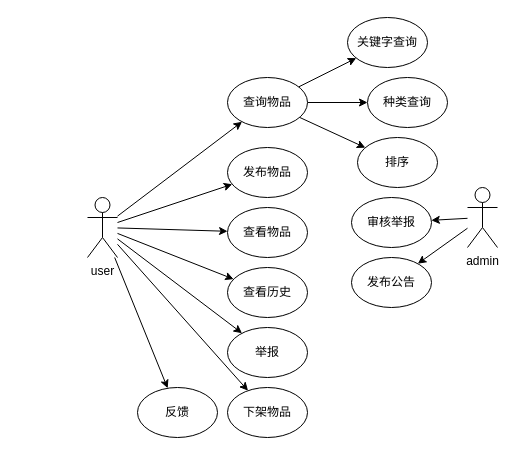
The draw.io diagram secondHand/use case.drawio in xy-hong/drawDiagram, before the edit. Source tidied: cells renumbered, new cells numbered last; positions are measured from the earlier drawing's top-left corner, leaving out a move shared by most shapes. Both pictures are drawn from the tidied source at 100%, with x=0, y=0 at pixel (87, 17).
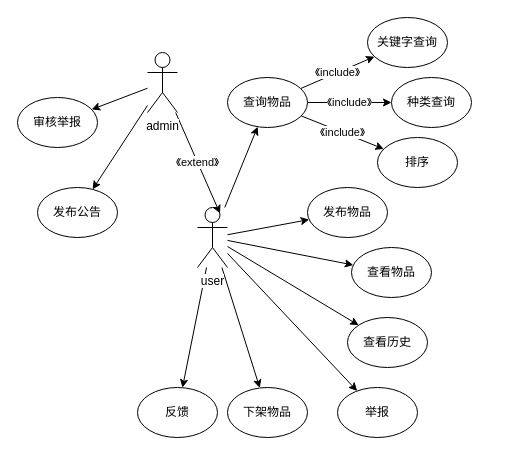
Above is the later version.

The change refers to these unchanged cells:
```xml
<mxCell id="13" value="查询物品" style="ellipse;whiteSpace=wrap;html=1;" parent="1" vertex="1">
  <mxGeometry x="140" y="60" width="80" height="50" as="geometry" />
</mxCell>
```

Change to the diagram source:
```diff
@@
     <mxCell id="9" value="user&lt;br&gt;" style="shape=umlActor;verticalLabelPosition=bottom;labelBackgroundColor=#ffffff;verticalAlign=top;html=1;outlineConnect=0;" parent="1" vertex="1">
-      <mxGeometry y="180" width="30" height="60" as="geometry" />
+      <mxGeometry x="110" y="190" width="30" height="60" as="geometry" />
     </mxCell>
-    <mxCell id="10" style="edgeStyle=none;rounded=0;jettySize=auto;html=1;" parent="1" edge="1" source="13" target="28">
+    <mxCell id="10" value="《include》" style="edgeStyle=none;rounded=0;jettySize=auto;html=1;" parent="1" edge="1" source="13" target="28">
       <mxGeometry relative="1" as="geometry" />
     </mxCell>
-    <mxCell id="11" style="edgeStyle=none;rounded=0;jettySize=auto;html=1;" parent="1" edge="1" source="13" target="27">
+    <mxCell id="11" value="《include》" style="edgeStyle=none;rounded=0;jettySize=auto;html=1;" parent="1" edge="1" source="13" target="27">
       <mxGeometry relative="1" as="geometry" />
     </mxCell>
-    <mxCell id="12" style="edgeStyle=none;rounded=0;jettySize=auto;html=1;" parent="1" edge="1" source="13" target="26">
+    <mxCell id="12" value="《include》" style="edgeStyle=none;rounded=0;jettySize=auto;html=1;" parent="1" edge="1" source="13" target="26">
       <mxGeometry relative="1" as="geometry" />
     </mxCell>
@@
     <mxCell id="14" value="发布物品" style="ellipse;whiteSpace=wrap;html=1;" parent="1" vertex="1">
-      <mxGeometry x="140" y="130" width="80" height="50" as="geometry" />
+      <mxGeometry x="220" y="170" width="80" height="50" as="geometry" />
     </mxCell>
     <mxCell id="15" value="查看物品" style="ellipse;whiteSpace=wrap;html=1;" parent="1" vertex="1">
-      <mxGeometry x="140" y="190" width="80" height="50" as="geometry" />
+      <mxGeometry x="264" y="230" width="80" height="50" as="geometry" />
     </mxCell>
@@
     <mxCell id="17" value="查看历史" style="ellipse;whiteSpace=wrap;html=1;" parent="1" vertex="1">
-      <mxGeometry x="140" y="250" width="80" height="50" as="geometry" />
+      <mxGeometry x="260" y="300" width="80" height="50" as="geometry" />
     </mxCell>
@@
     <mxCell id="19" value="举报" style="ellipse;whiteSpace=wrap;html=1;" parent="1" vertex="1">
-      <mxGeometry x="140" y="310" width="80" height="50" as="geometry" />
+      <mxGeometry x="250" y="370" width="80" height="50" as="geometry" />
     </mxCell>
@@
+    <mxCell id="29" value="《extend》" style="edgeStyle=none;rounded=0;jettySize=auto;html=1;entryX=0.75;entryY=0.1;entryDx=0;entryDy=0;entryPerimeter=0;" parent="1" edge="1" source="23" target="9">
+      <mxGeometry relative="1" as="geometry" />
+    </mxCell>
     <mxCell id="23" value="admin" style="shape=umlActor;verticalLabelPosition=bottom;labelBackgroundColor=#ffffff;verticalAlign=top;html=1;outlineConnect=0;" parent="1" vertex="1">
-      <mxGeometry x="380" y="170" width="30" height="60" as="geometry" />
+      <mxGeometry x="60" y="35" width="30" height="60" as="geometry" />
     </mxCell>
     <mxCell id="24" value="审核举报" style="ellipse;whiteSpace=wrap;html=1;" parent="1" vertex="1">
-      <mxGeometry x="264" y="180" width="80" height="50" as="geometry" />
+      <mxGeometry x="-70" y="80" width="80" height="50" as="geometry" />
     </mxCell>
     <mxCell id="25" value="发布公告" style="ellipse;whiteSpace=wrap;html=1;" parent="1" vertex="1">
-      <mxGeometry x="264" y="240" width="80" height="50" as="geometry" />
+      <mxGeometry x="-50" y="170" width="80" height="50" as="geometry" />
     </mxCell>
     <mxCell id="26" value="关键字查询" style="ellipse;whiteSpace=wrap;html=1;" parent="1" vertex="1">
-      <mxGeometry x="260" width="80" height="50" as="geometry" />
+      <mxGeometry x="280" width="80" height="50" as="geometry" />
     </mxCell>
     <mxCell id="27" value="种类查询" style="ellipse;whiteSpace=wrap;html=1;" parent="1" vertex="1">
-      <mxGeometry x="280" y="60" width="80" height="50" as="geometry" />
+      <mxGeometry x="304" y="60" width="80" height="50" as="geometry" />
     </mxCell>
     <mxCell id="28" value="排序" style="ellipse;whiteSpace=wrap;html=1;" parent="1" vertex="1">
-      <mxGeometry x="270" y="120" width="80" height="50" as="geometry" />
+      <mxGeometry x="290" y="120" width="80" height="50" as="geometry" />
     </mxCell>
```
